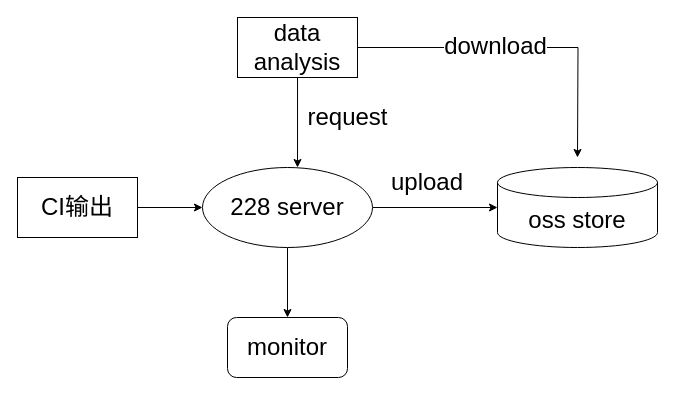
This is Untitled Diagram.drawio from gxin0426/test-ci, a draw.io file, before an edit. Source tidied: cells renumbered, new cells numbered last; positions are measured from the earlier drawing's top-left corner, leaving out a move shared by most shapes. Both pictures are drawn from the tidied source at 100%, with x=0, y=0 at pixel (17, 17).
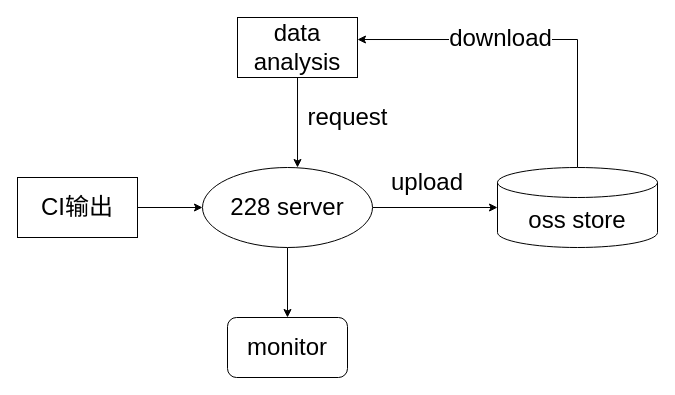
The same diagram, later.

The edit, as a diff of the source:
```diff
@@
 <mxGraphModel>
   <root>
     <mxCell id="0" />
     <mxCell id="1" parent="0" />
     <mxCell id="2" style="edgeStyle=orthogonalEdgeStyle;rounded=0;jettySize=auto;html=1;exitX=1;exitY=0.5;exitDx=0;exitDy=0;entryX=0;entryY=0.5;entryDx=0;entryDy=0;entryPerimeter=0;fontSize=24;" parent="1" edge="1" source="4" target="5">
       <mxGeometry relative="1" as="geometry" />
     </mxCell>
     <mxCell id="3" style="edgeStyle=orthogonalEdgeStyle;rounded=0;jettySize=auto;html=1;fontSize=24;" parent="1" edge="1" source="4" target="10">
       <mxGeometry relative="1" as="geometry" />
     </mxCell>
     <mxCell id="4" value="&lt;font style=&quot;font-size: 24px;&quot;&gt;228 server&lt;/font&gt;" style="ellipse;whiteSpace=wrap;html=1;" parent="1" vertex="1">
       <mxGeometry x="185" y="150" width="170" height="80" as="geometry" />
     </mxCell>
+    <mxCell id="15" style="edgeStyle=orthogonalEdgeStyle;rounded=0;jettySize=auto;html=1;entryX=1;entryY=0.367;entryDx=0;entryDy=0;entryPerimeter=0;" parent="1" edge="1" source="5" target="9">
+      <mxGeometry relative="1" as="geometry">
+        <Array as="points">
+          <mxPoint x="560" y="22" />
+        </Array>
+      </mxGeometry>
+    </mxCell>
+    <mxCell id="8" value="&lt;font style=&quot;font-size: 24px;&quot;&gt;download&lt;/font&gt;" style="edgeLabel;html=1;align=center;verticalAlign=middle;" parent="15" vertex="1">
+      <mxGeometry x="0.18" y="-2" relative="1" as="geometry" />
+    </mxCell>
     <mxCell id="5" value="oss store" style="shape=cylinder3;whiteSpace=wrap;html=1;boundedLbl=1;backgroundOutline=1;size=15;fontSize=24;" parent="1" vertex="1">
       <mxGeometry x="480" y="150" width="160" height="80" as="geometry" />
     </mxCell>
     <mxCell id="6" style="edgeStyle=orthogonalEdgeStyle;rounded=0;jettySize=auto;html=1;entryX=0.559;entryY=0;entryDx=0;entryDy=0;entryPerimeter=0;fontSize=24;" parent="1" edge="1" source="9" target="4">
       <mxGeometry relative="1" as="geometry" />
     </mxCell>
-    <mxCell id="7" style="edgeStyle=orthogonalEdgeStyle;rounded=0;jettySize=auto;html=1;fontSize=24;" parent="1" edge="1" source="9">
-      <mxGeometry relative="1" as="geometry">
-        <mxPoint x="560" y="140" as="targetPoint" />
-      </mxGeometry>
-    </mxCell>
-    <mxCell id="8" value="download" style="edgeLabel;html=1;align=center;verticalAlign=middle;fontSize=24;" parent="7" vertex="1">
-      <mxGeometry x="-0.17" y="2" relative="1" as="geometry" />
-    </mxCell>
     <mxCell id="9" value="data analysis" style="rounded=0;whiteSpace=wrap;html=1;fontSize=24;" parent="1" vertex="1">
       <mxGeometry x="220" width="120" height="60" as="geometry" />
     </mxCell>
     <mxCell id="10" value="monitor" style="rounded=1;whiteSpace=wrap;html=1;fontSize=24;" parent="1" vertex="1">
       <mxGeometry x="210" y="300" width="120" height="60" as="geometry" />
     </mxCell>
     <mxCell id="11" style="edgeStyle=orthogonalEdgeStyle;rounded=0;jettySize=auto;html=1;entryX=0;entryY=0.5;entryDx=0;entryDy=0;fontSize=24;" parent="1" edge="1" source="12" target="4">
       <mxGeometry relative="1" as="geometry" />
     </mxCell>
     <mxCell id="12" value="CI输出" style="rounded=0;whiteSpace=wrap;html=1;fontSize=24;" parent="1" vertex="1">
       <mxGeometry y="160" width="120" height="60" as="geometry" />
     </mxCell>
     <mxCell id="13" value="upload" style="text;html=1;strokeColor=none;fillColor=none;align=center;verticalAlign=middle;whiteSpace=wrap;rounded=0;fontSize=24;" parent="1" vertex="1">
       <mxGeometry x="380" y="150" width="60" height="30" as="geometry" />
     </mxCell>
     <mxCell id="14" value="request" style="text;html=1;align=center;verticalAlign=middle;strokeColor=none;fillColor=none;fontSize=24;" parent="1" vertex="1">
       <mxGeometry x="280" y="80" width="100" height="40" as="geometry" />
     </mxCell>
   </root>
 </mxGraphModel>
```
